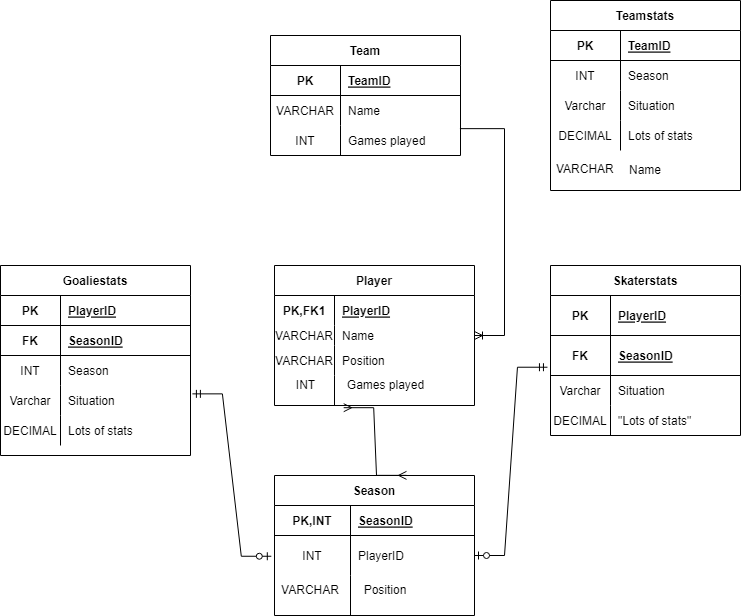
Above: ER-kaavio.png in eeroryha/DBS-Harkkaty- (draw.io), before the change. Source tidied: cells renumbered, new cells last; positions are measured from the earlier drawing's top-left corner, leaving out a move shared by most shapes.
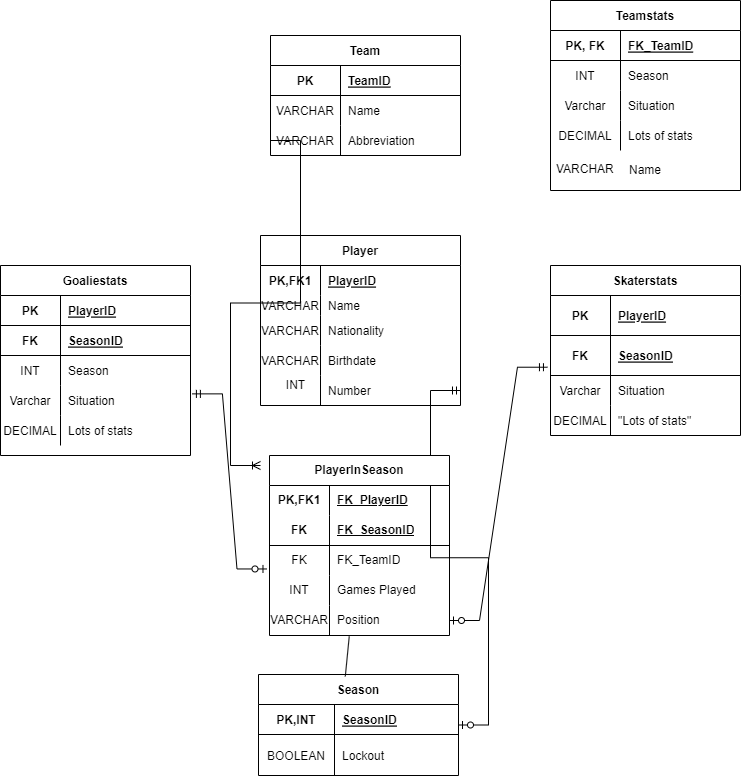
The same diagram one commit later.

What changed in the source:
```diff
@@ -3,7 +3,7 @@
     <mxCell id="0" />
     <mxCell id="1" parent="0" />
     <mxCell id="2" value="Player" style="shape=table;startSize=30;rowLines=0;fontStyle=1;align=center;" parent="1" vertex="1">
-      <mxGeometry x="274" y="265" width="200" height="140" as="geometry" />
+      <mxGeometry x="260" y="235" width="200" height="170" as="geometry" />
     </mxCell>
     <mxCell id="3" style="shape=tableRow;horizontal=0;startSize=0;swimlaneHead=0;swimlaneBody=0;fillColor=none;top=0;left=0;right=0;bottom=0;" parent="2" vertex="1">
       <mxGeometry y="30" width="200" height="30" as="geometry" />
@@ -29,24 +29,30 @@
     <mxCell id="10" value="VARCHAR" style="shape=partialRectangle;fillColor=none;top=0;left=0;bottom=0;right=0;overflow=hidden;" parent="9" vertex="1">
       <mxGeometry width="60" height="30" as="geometry" />
     </mxCell>
-    <mxCell id="11" value="Position" style="shape=partialRectangle;fillColor=none;top=0;left=0;bottom=0;right=0;align=left;spacingLeft=6;overflow=hidden;" parent="9" vertex="1">
+    <mxCell id="11" value="Nationality" style="shape=partialRectangle;fillColor=none;top=0;left=0;bottom=0;right=0;align=left;spacingLeft=6;overflow=hidden;" parent="9" vertex="1">
       <mxGeometry x="60" width="140" height="30" as="geometry" />
     </mxCell>
+    <mxCell id="93" style="shape=tableRow;horizontal=0;startSize=0;swimlaneHead=0;swimlaneBody=0;fillColor=none;top=0;left=0;right=0;bottom=0;" parent="2" vertex="1">
+      <mxGeometry y="110" width="200" height="30" as="geometry" />
+    </mxCell>
+    <mxCell id="94" value="VARCHAR" style="shape=partialRectangle;fillColor=none;top=0;left=0;bottom=0;right=0;overflow=hidden;" parent="93" vertex="1">
+      <mxGeometry width="60" height="30" as="geometry" />
+    </mxCell>
+    <mxCell id="95" value="Birthdate" style="shape=partialRectangle;fillColor=none;top=0;left=0;bottom=0;right=0;align=left;spacingLeft=6;overflow=hidden;" parent="93" vertex="1">
+      <mxGeometry x="60" width="140" height="30" as="geometry" />
+    </mxCell>
     <mxCell id="12" style="shape=tableRow;horizontal=0;startSize=0;swimlaneHead=0;swimlaneBody=0;fillColor=none;points=[[0,0.5],[1,0.5]];portConstraint=eastwest;top=0;left=0;right=0;bottom=0;" parent="2" vertex="1">
-      <mxGeometry y="110" width="200" height="30" as="geometry" />
+      <mxGeometry y="140" width="200" height="30" as="geometry" />
     </mxCell>
     <mxCell id="13" style="shape=partialRectangle;fillColor=none;top=0;left=0;bottom=0;right=0;overflow=hidden;" parent="12" vertex="1">
       <mxGeometry width="60" height="30" as="geometry" />
     </mxCell>
-    <mxCell id="14" style="shape=partialRectangle;fillColor=none;top=0;left=0;bottom=0;right=0;align=left;spacingLeft=6;overflow=hidden;" parent="12" vertex="1">
+    <mxCell id="14" value="Number" style="shape=partialRectangle;fillColor=none;top=0;left=0;bottom=0;right=0;align=left;spacingLeft=6;overflow=hidden;" parent="12" vertex="1">
       <mxGeometry x="60" width="140" height="30" as="geometry" />
     </mxCell>
     <mxCell id="15" value="INT" style="text;html=1;align=center;verticalAlign=middle;strokeColor=none;fillColor=none;" parent="1" vertex="1">
-      <mxGeometry x="290" y="375" width="30" height="20" as="geometry" />
+      <mxGeometry x="280" y="375" width="30" height="20" as="geometry" />
     </mxCell>
-    <mxCell id="16" value="Games played" style="text;html=1;align=center;verticalAlign=middle;strokeColor=none;fillColor=none;" parent="1" vertex="1">
-      <mxGeometry x="340" y="375" width="90" height="20" as="geometry" />
-    </mxCell>
     <mxCell id="17" value="Team" style="shape=table;startSize=30;rowLines=0;fontStyle=1;align=center;" parent="1" vertex="1">
       <mxGeometry x="270" y="35" width="190" height="120" as="geometry" />
     </mxCell>
@@ -71,17 +77,19 @@
     <mxCell id="24" style="shape=tableRow;horizontal=0;startSize=0;swimlaneHead=0;swimlaneBody=0;fillColor=none;points=[[0,0.5],[1,0.5]];portConstraint=eastwest;top=0;left=0;right=0;bottom=0;" parent="17" vertex="1">
       <mxGeometry y="90" width="190" height="30" as="geometry" />
     </mxCell>
-    <mxCell id="25" value="INT" style="shape=partialRectangle;fillColor=none;top=0;left=0;bottom=0;right=0;overflow=hidden;" parent="24" vertex="1">
+    <mxCell id="25" value="VARCHAR" style="shape=partialRectangle;fillColor=none;top=0;left=0;bottom=0;right=0;overflow=hidden;" parent="24" vertex="1">
       <mxGeometry width="70" height="30" as="geometry" />
     </mxCell>
-    <mxCell id="26" value="Games played" style="shape=partialRectangle;fillColor=none;top=0;left=0;bottom=0;right=0;align=left;spacingLeft=6;overflow=hidden;" parent="24" vertex="1">
+    <mxCell id="26" value="Abbreviation" style="shape=partialRectangle;fillColor=none;top=0;left=0;bottom=0;right=0;align=left;spacingLeft=6;overflow=hidden;" parent="24" vertex="1">
       <mxGeometry x="70" width="120" height="30" as="geometry" />
     </mxCell>
-    <mxCell id="27" style="edgeStyle=entityRelationEdgeStyle;fontSize=12;html=1;endArrow=ERoneToMany;rounded=0;exitX=0.997;exitY=0.105;exitDx=0;exitDy=0;exitPerimeter=0;" parent="1" edge="1" source="24" target="2">
-      <mxGeometry relative="1" as="geometry" />
+    <mxCell id="27" style="edgeStyle=entityRelationEdgeStyle;fontSize=12;html=1;endArrow=ERoneToMany;rounded=0;exitX=0;exitY=0.5;exitDx=0;exitDy=0;" parent="1" edge="1" source="24">
+      <mxGeometry relative="1" as="geometry">
+        <mxPoint x="260" y="465" as="targetPoint" />
+      </mxGeometry>
     </mxCell>
     <mxCell id="28" value="Season" style="shape=table;startSize=30;rowLines=0;fontStyle=1;align=center;" parent="1" vertex="1">
-      <mxGeometry x="274" y="475" width="200" height="140" as="geometry" />
+      <mxGeometry x="258" y="674" width="200" height="101" as="geometry" />
     </mxCell>
     <mxCell id="29" style="shape=tableRow;horizontal=0;startSize=0;swimlaneHead=0;swimlaneBody=0;fillColor=none;top=0;left=0;right=0;bottom=1;" parent="28" vertex="1">
       <mxGeometry y="30" width="200" height="30" as="geometry" />
@@ -93,26 +101,14 @@
       <mxGeometry x="76" width="124" height="30" as="geometry" />
     </mxCell>
     <mxCell id="32" style="shape=tableRow;horizontal=0;startSize=0;swimlaneHead=0;swimlaneBody=0;fillColor=none;points=[[0,0.5],[1,0.5]];portConstraint=eastwest;top=0;left=0;right=0;bottom=0;" parent="28" vertex="1">
-      <mxGeometry y="60" width="200" height="40" as="geometry" />
+      <mxGeometry y="60" width="200" height="41" as="geometry" />
     </mxCell>
-    <mxCell id="33" value="INT" style="shape=partialRectangle;fillColor=none;top=0;left=0;bottom=0;right=0;overflow=hidden;" parent="32" vertex="1">
-      <mxGeometry width="76" height="40" as="geometry" />
+    <mxCell id="33" value="BOOLEAN" style="shape=partialRectangle;fillColor=none;top=0;left=0;bottom=0;right=0;overflow=hidden;" parent="32" vertex="1">
+      <mxGeometry width="76" height="41" as="geometry" />
     </mxCell>
-    <mxCell id="34" value="PlayerID" style="shape=partialRectangle;fillColor=none;top=0;left=0;bottom=0;right=0;align=left;spacingLeft=6;overflow=hidden;" parent="32" vertex="1">
-      <mxGeometry x="76" width="124" height="40" as="geometry" />
+    <mxCell id="34" value="Lockout" style="shape=partialRectangle;fillColor=none;top=0;left=0;bottom=0;right=0;align=left;spacingLeft=6;overflow=hidden;" parent="32" vertex="1">
+      <mxGeometry x="76" width="124" height="41" as="geometry" />
     </mxCell>
-    <mxCell id="35" style="shape=tableRow;horizontal=0;startSize=0;swimlaneHead=0;swimlaneBody=0;fillColor=none;top=0;left=0;right=0;bottom=0;" parent="28" vertex="1">
-      <mxGeometry y="100" width="200" height="40" as="geometry" />
-    </mxCell>
-    <mxCell id="36" style="shape=partialRectangle;fillColor=none;top=0;left=0;bottom=0;right=0;overflow=hidden;" parent="35" vertex="1">
-      <mxGeometry width="76" height="40" as="geometry" />
-    </mxCell>
-    <mxCell id="37" style="shape=partialRectangle;fillColor=none;top=0;left=0;bottom=0;right=0;align=left;spacingLeft=6;overflow=hidden;" parent="35" vertex="1">
-      <mxGeometry x="76" width="124" height="40" as="geometry" />
-    </mxCell>
-    <mxCell id="38" style="edgeStyle=entityRelationEdgeStyle;fontSize=12;html=1;endArrow=ERmany;startArrow=ERmany;rounded=0;exitX=0.66;exitY=-0.001;exitDx=0;exitDy=0;exitPerimeter=0;entryX=0.346;entryY=1.073;entryDx=0;entryDy=0;entryPerimeter=0;" parent="1" edge="1" source="28" target="12">
-      <mxGeometry relative="1" as="geometry" />
-    </mxCell>
     <mxCell id="39" value="Skaterstats" style="shape=table;startSize=30;rowLines=0;fontStyle=1;align=center;" parent="1" vertex="1">
       <mxGeometry x="550" y="265" width="190" height="170" as="geometry" />
     </mxCell>
@@ -152,7 +148,7 @@
     <mxCell id="51" value="&quot;Lots of stats&quot;" style="shape=partialRectangle;fillColor=none;top=0;left=0;bottom=0;right=0;align=left;spacingLeft=6;overflow=hidden;" parent="49" vertex="1">
       <mxGeometry x="60" width="130" height="30" as="geometry" />
     </mxCell>
-    <mxCell id="52" style="edgeStyle=entityRelationEdgeStyle;fontSize=12;html=1;endArrow=ERzeroToOne;startArrow=ERmandOne;rounded=0;exitX=0;exitY=0.667;exitDx=0;exitDy=0;exitPerimeter=0;" parent="1" edge="1" source="x" target="28">
+    <mxCell id="52" style="edgeStyle=entityRelationEdgeStyle;fontSize=12;html=1;endArrow=ERzeroToOne;startArrow=ERmandOne;rounded=0;exitX=1;exitY=0.5;exitDx=0;exitDy=0;" parent="1" edge="1" source="12" target="28">
       <mxGeometry relative="1" as="geometry" />
     </mxCell>
     <mxCell id="53" value="Goaliestats" style="shape=table;startSize=30;rowLines=0;fontStyle=1;align=center;" parent="1" vertex="1">
@@ -203,7 +199,7 @@
     <mxCell id="68" value="Lots of stats" style="shape=partialRectangle;fillColor=none;top=0;left=0;bottom=0;right=0;align=left;spacingLeft=6;overflow=hidden;" parent="66" vertex="1">
       <mxGeometry x="60" width="130" height="30" as="geometry" />
     </mxCell>
-    <mxCell id="69" style="edgeStyle=entityRelationEdgeStyle;fontSize=12;html=1;endArrow=ERzeroToOne;startArrow=ERmandOne;rounded=0;exitX=1.01;exitY=0.279;exitDx=0;exitDy=0;exitPerimeter=0;entryX=-0.016;entryY=0.519;entryDx=0;entryDy=0;entryPerimeter=0;" parent="1" edge="1" source="63" target="32">
+    <mxCell id="69" style="edgeStyle=entityRelationEdgeStyle;fontSize=12;html=1;endArrow=ERzeroToOne;startArrow=ERmandOne;rounded=0;exitX=1.01;exitY=0.279;exitDx=0;exitDy=0;exitPerimeter=0;entryX=-0.014;entryY=0.782;entryDx=0;entryDy=0;entryPerimeter=0;" parent="1" edge="1" source="63" target="103">
       <mxGeometry relative="1" as="geometry" />
     </mxCell>
     <mxCell id="70" value="Teamstats" style="shape=table;startSize=30;rowLines=0;fontStyle=1;align=center;" parent="1" vertex="1">
@@ -212,10 +208,10 @@
     <mxCell id="71" style="shape=tableRow;horizontal=0;startSize=0;swimlaneHead=0;swimlaneBody=0;fillColor=none;top=0;left=0;right=0;bottom=1;" parent="70" vertex="1">
       <mxGeometry y="30" width="190" height="30" as="geometry" />
     </mxCell>
-    <mxCell id="72" value="PK" style="shape=partialRectangle;fillColor=none;top=0;left=0;bottom=0;right=0;fontStyle=1;overflow=hidden;" parent="71" vertex="1">
+    <mxCell id="72" value="PK, FK" style="shape=partialRectangle;fillColor=none;top=0;left=0;bottom=0;right=0;fontStyle=1;overflow=hidden;" parent="71" vertex="1">
       <mxGeometry width="70" height="30" as="geometry" />
     </mxCell>
-    <mxCell id="73" value="TeamID" style="shape=partialRectangle;fillColor=none;top=0;left=0;bottom=0;right=0;align=left;spacingLeft=6;fontStyle=5;overflow=hidden;" parent="71" vertex="1">
+    <mxCell id="73" value="FK_TeamID" style="shape=partialRectangle;fillColor=none;top=0;left=0;bottom=0;right=0;align=left;spacingLeft=6;fontStyle=5;overflow=hidden;" parent="71" vertex="1">
       <mxGeometry x="70" width="120" height="30" as="geometry" />
     </mxCell>
     <mxCell id="74" style="shape=tableRow;horizontal=0;startSize=0;swimlaneHead=0;swimlaneBody=0;fillColor=none;top=0;left=0;right=0;bottom=0;" parent="70" vertex="1">
@@ -251,12 +247,6 @@
     <mxCell id="84" value="VARCHAR" style="text;strokeColor=none;fillColor=none;spacingLeft=4;spacingRight=4;overflow=hidden;fontSize=12;" parent="1" vertex="1">
       <mxGeometry x="550" y="155" width="70" height="30" as="geometry" />
     </mxCell>
-    <mxCell id="85" value="VARCHAR" style="text;html=1;strokeColor=none;fillColor=none;align=center;verticalAlign=middle;whiteSpace=wrap;rounded=0;" parent="1" vertex="1">
-      <mxGeometry x="280" y="575" width="60" height="30" as="geometry" />
-    </mxCell>
-    <mxCell id="86" value="Position" style="text;html=1;strokeColor=none;fillColor=none;align=center;verticalAlign=middle;whiteSpace=wrap;rounded=0;" parent="1" vertex="1">
-      <mxGeometry x="355" y="575" width="60" height="30" as="geometry" />
-    </mxCell>
     <mxCell id="87" value="PK" style="shape=partialRectangle;fillColor=none;top=0;left=0;bottom=0;right=0;fontStyle=1;overflow=hidden;" parent="1" vertex="1">
       <mxGeometry x="550" y="295" width="60" height="40" as="geometry" />
     </mxCell>
@@ -272,8 +262,59 @@
     <mxCell id="91" value="PlayerID" style="shape=partialRectangle;fillColor=none;top=0;left=0;bottom=0;right=0;align=left;spacingLeft=6;fontStyle=5;overflow=hidden;" parent="89" vertex="1">
       <mxGeometry x="60" width="130" height="30" as="geometry" />
     </mxCell>
-    <mxCell id="92" style="edgeStyle=entityRelationEdgeStyle;fontSize=12;html=1;endArrow=ERzeroToOne;startArrow=ERmandOne;rounded=0;exitX=-0.016;exitY=0.793;exitDx=0;exitDy=0;exitPerimeter=0;" parent="1" edge="1" source="43" target="32">
+    <mxCell id="92" style="edgeStyle=entityRelationEdgeStyle;fontSize=12;html=1;endArrow=ERzeroToOne;startArrow=ERmandOne;rounded=0;exitX=-0.016;exitY=0.793;exitDx=0;exitDy=0;exitPerimeter=0;entryX=1;entryY=0.5;entryDx=0;entryDy=0;" parent="1" edge="1" source="43" target="109">
       <mxGeometry relative="1" as="geometry" />
     </mxCell>
+    <mxCell id="96" value="PlayerInSeason" style="shape=table;startSize=30;rowLines=0;fontStyle=1;align=center;html=1;whiteSpace=wrap;" parent="1" vertex="1">
+      <mxGeometry x="269" y="455" width="180" height="180" as="geometry" />
+    </mxCell>
+    <mxCell id="97" style="shape=tableRow;horizontal=0;startSize=0;swimlaneHead=0;swimlaneBody=0;fillColor=none;top=0;left=0;right=0;bottom=0;html=1;" parent="96" vertex="1">
+      <mxGeometry y="30" width="180" height="30" as="geometry" />
+    </mxCell>
+    <mxCell id="98" value="PK,FK1" style="shape=partialRectangle;fillColor=none;top=0;left=0;bottom=0;right=0;fontStyle=1;overflow=hidden;html=1;whiteSpace=wrap;" parent="97" vertex="1">
+      <mxGeometry width="60" height="30" as="geometry" />
+    </mxCell>
+    <mxCell id="99" value="FK_PlayerID" style="shape=partialRectangle;fillColor=none;top=0;left=0;bottom=0;right=0;align=left;spacingLeft=6;fontStyle=5;overflow=hidden;html=1;whiteSpace=wrap;" parent="97" vertex="1">
+      <mxGeometry x="60" width="120" height="30" as="geometry" />
+    </mxCell>
+    <mxCell id="100" style="shape=tableRow;horizontal=0;startSize=0;swimlaneHead=0;swimlaneBody=0;fillColor=none;top=0;left=0;right=0;bottom=1;html=1;" parent="96" vertex="1">
+      <mxGeometry y="60" width="180" height="30" as="geometry" />
+    </mxCell>
+    <mxCell id="101" value="FK" style="shape=partialRectangle;fillColor=none;top=0;left=0;bottom=0;right=0;fontStyle=1;overflow=hidden;html=1;whiteSpace=wrap;" parent="100" vertex="1">
+      <mxGeometry width="60" height="30" as="geometry" />
+    </mxCell>
+    <mxCell id="102" value="FK_SeasonID" style="shape=partialRectangle;fillColor=none;top=0;left=0;bottom=0;right=0;align=left;spacingLeft=6;fontStyle=5;overflow=hidden;html=1;whiteSpace=wrap;" parent="100" vertex="1">
+      <mxGeometry x="60" width="120" height="30" as="geometry" />
+    </mxCell>
+    <mxCell id="103" style="shape=tableRow;horizontal=0;startSize=0;swimlaneHead=0;swimlaneBody=0;fillColor=none;points=[[0,0.5],[1,0.5]];portConstraint=eastwest;top=0;left=0;right=0;bottom=0;html=1;" parent="96" vertex="1">
+      <mxGeometry y="90" width="180" height="30" as="geometry" />
+    </mxCell>
+    <mxCell id="104" value="FK" style="shape=partialRectangle;fillColor=none;top=0;left=0;bottom=0;right=0;overflow=hidden;html=1;whiteSpace=wrap;" parent="103" vertex="1">
+      <mxGeometry width="60" height="30" as="geometry" />
+    </mxCell>
+    <mxCell id="105" value="FK_TeamID" style="shape=partialRectangle;fillColor=none;top=0;left=0;bottom=0;right=0;align=left;spacingLeft=6;overflow=hidden;html=1;whiteSpace=wrap;" parent="103" vertex="1">
+      <mxGeometry x="60" width="120" height="30" as="geometry" />
+    </mxCell>
+    <mxCell id="106" style="shape=tableRow;horizontal=0;startSize=0;swimlaneHead=0;swimlaneBody=0;fillColor=none;top=0;left=0;right=0;bottom=0;html=1;" parent="96" vertex="1">
+      <mxGeometry y="120" width="180" height="30" as="geometry" />
+    </mxCell>
+    <mxCell id="107" value="INT" style="shape=partialRectangle;fillColor=none;top=0;left=0;bottom=0;right=0;overflow=hidden;html=1;whiteSpace=wrap;" parent="106" vertex="1">
+      <mxGeometry width="60" height="30" as="geometry" />
+    </mxCell>
+    <mxCell id="108" value="Games Played" style="shape=partialRectangle;fillColor=none;top=0;left=0;bottom=0;right=0;align=left;spacingLeft=6;overflow=hidden;html=1;whiteSpace=wrap;" parent="106" vertex="1">
+      <mxGeometry x="60" width="120" height="30" as="geometry" />
+    </mxCell>
+    <mxCell id="109" style="shape=tableRow;horizontal=0;startSize=0;swimlaneHead=0;swimlaneBody=0;fillColor=none;points=[[0,0.5],[1,0.5]];portConstraint=eastwest;top=0;left=0;right=0;bottom=0;html=1;" parent="96" vertex="1">
+      <mxGeometry y="150" width="180" height="30" as="geometry" />
+    </mxCell>
+    <mxCell id="110" value="VARCHAR" style="shape=partialRectangle;fillColor=none;top=0;left=0;bottom=0;right=0;overflow=hidden;html=1;whiteSpace=wrap;" parent="109" vertex="1">
+      <mxGeometry width="60" height="30" as="geometry" />
+    </mxCell>
+    <mxCell id="86" value="Position" style="shape=partialRectangle;fillColor=none;top=0;left=0;bottom=0;right=0;align=left;spacingLeft=6;overflow=hidden;html=1;whiteSpace=wrap;" parent="109" vertex="1">
+      <mxGeometry x="60" width="120" height="30" as="geometry" />
+    </mxCell>
+    <mxCell id="111" style="endArrow=none;html=1;rounded=0;entryX=0.434;entryY=0.019;entryDx=0;entryDy=0;entryPerimeter=0;exitX=0.443;exitY=1.03;exitDx=0;exitDy=0;exitPerimeter=0;" parent="1" edge="1" source="109" target="28">
+      <mxGeometry relative="1" as="geometry" />
+    </mxCell>
   </root>
 </mxGraphModel>
```
